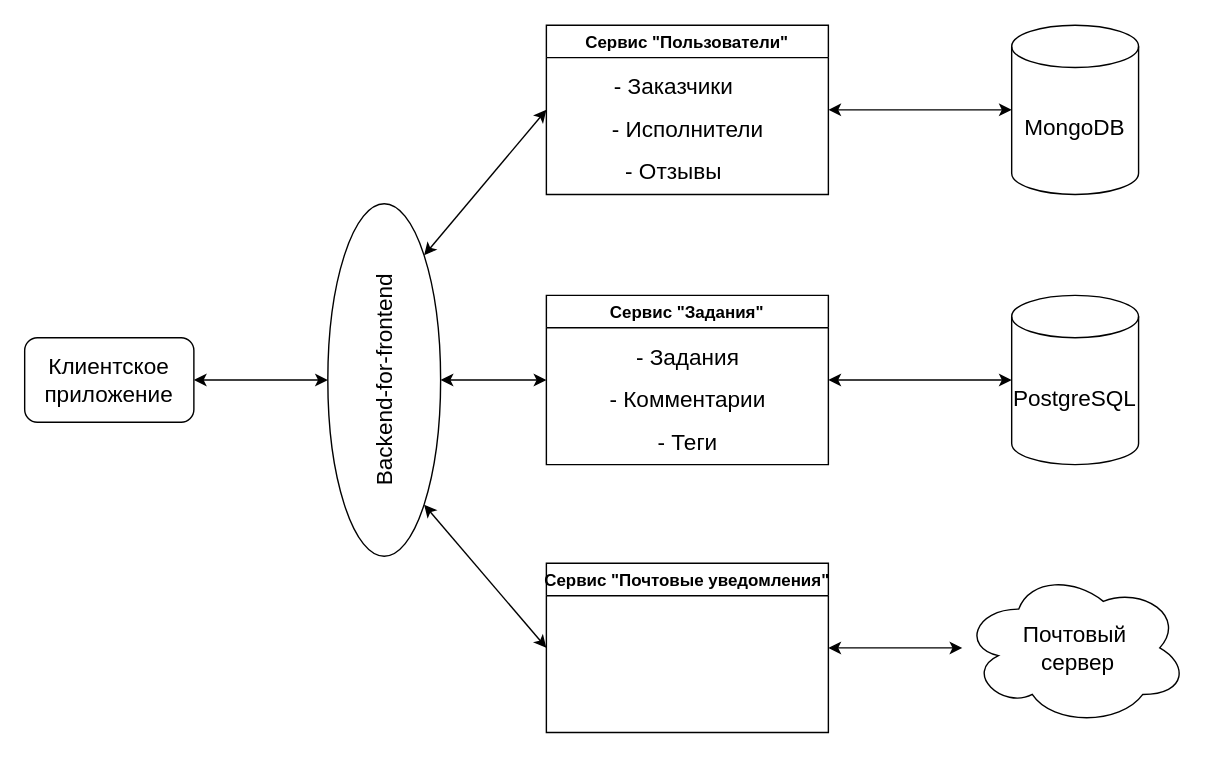
Earlier version of the draw.io diagram specification.drawio (SergeyZasimov/taskforce). Source tidied: cells renumbered, new cells numbered last; positions are measured from the earlier drawing's top-left corner, leaving out a move shared by most shapes. Both pictures are drawn from the tidied source at 141%, with x=0, y=0 at pixel (24, 24).
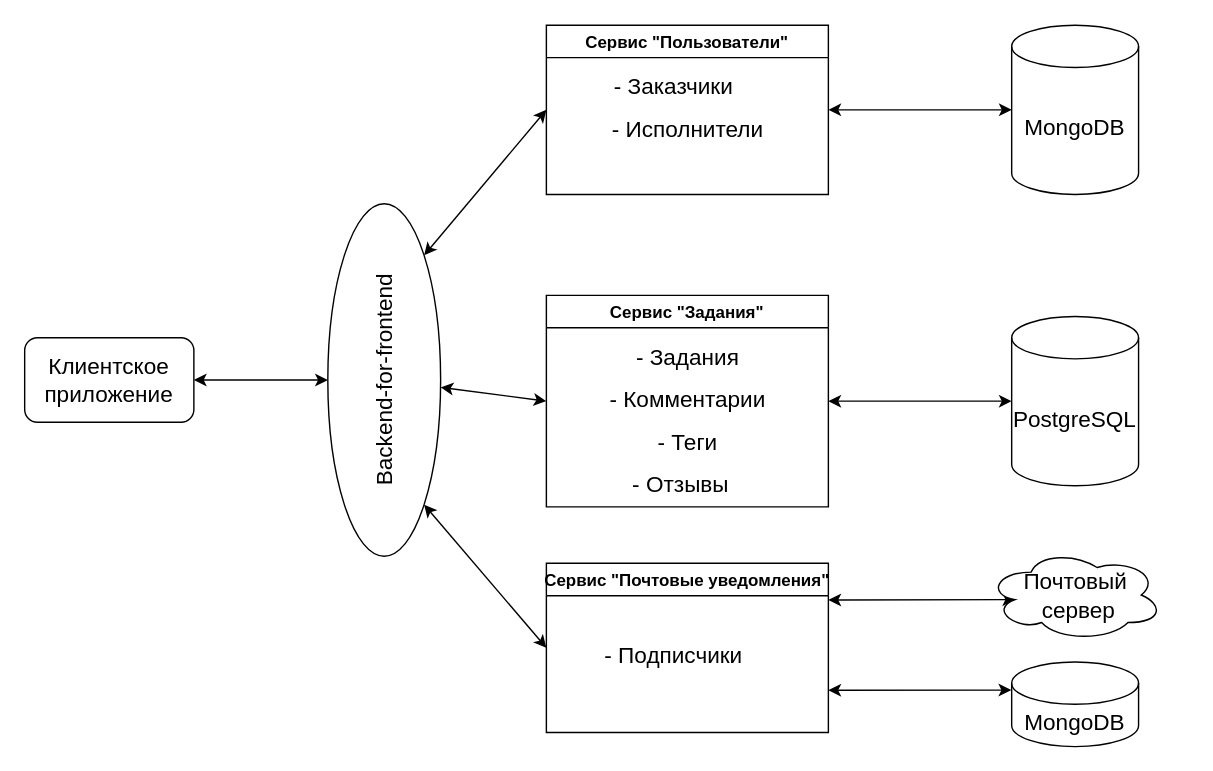
The same page after the edit.

Unchanged cells that the change refers to:
```xml
<mxCell id="6" value="Сервис &quot;Пользователи&quot;" style="swimlane;" parent="1" vertex="1">
  <mxGeometry x="370" y="0.4" width="200" height="120" as="geometry" />
</mxCell>
<mxCell id="16" value="Сервис &quot;Почтовые уведомления&quot;" style="swimlane;" parent="1" vertex="1">
  <mxGeometry x="370" y="382" width="200" height="120" as="geometry" />
</mxCell>
```

Change to the diagram source:
```diff
@@
-    <mxCell id="9" value="&lt;font style=&quot;font-size: 16px;&quot;&gt;- Отзывы&lt;/font&gt;" style="text;html=1;align=center;verticalAlign=middle;strokeColor=none;fillColor=none;" parent="6" vertex="1">
-      <mxGeometry x="45" y="89" width="90" height="30" as="geometry" />
-    </mxCell>
@@
     <mxCell id="11" value="Сервис &quot;Задания&quot;" style="swimlane;" parent="1" vertex="1">
-      <mxGeometry x="370" y="192" width="200" height="120" as="geometry" />
+      <mxGeometry x="370" y="192" width="200" height="150" as="geometry" />
     </mxCell>
@@
+    <mxCell id="9" value="&lt;font style=&quot;font-size: 16px;&quot;&gt;- Отзывы&lt;/font&gt;" style="text;html=1;align=center;verticalAlign=middle;strokeColor=none;fillColor=none;" parent="11" vertex="1">
+      <mxGeometry x="50" y="119" width="90" height="30" as="geometry" />
+    </mxCell>
-    <mxCell id="15" style="edgeStyle=orthogonalEdgeStyle;rounded=0;jettySize=auto;html=1;fontSize=16;startArrow=classic;startFill=1;" parent="1" edge="1" source="16" target="22">
-      <mxGeometry relative="1" as="geometry" />
+    <mxCell id="15" style="edgeStyle=orthogonalEdgeStyle;rounded=0;jettySize=auto;html=1;fontSize=16;startArrow=classic;startFill=1;entryX=0.16;entryY=0.55;entryDx=0;entryDy=0;entryPerimeter=0;" parent="1" edge="1" target="22">
+      <mxGeometry relative="1" as="geometry">
+        <mxPoint x="570" y="408" as="sourcePoint" />
+        <Array as="points">
+          <mxPoint x="570" y="408" />
+        </Array>
+      </mxGeometry>
     </mxCell>
+    <mxCell id="23" style="edgeStyle=none;html=1;exitX=1;exitY=0.75;exitDx=0;exitDy=0;entryX=-0.003;entryY=0.332;entryDx=0;entryDy=0;entryPerimeter=0;startArrow=classic;startFill=1;" parent="1" edge="1" source="16" target="25">
+      <mxGeometry relative="1" as="geometry" />
+    </mxCell>
@@
+    <mxCell id="24" value="&lt;span style=&quot;font-size: 16px&quot;&gt;- Подписчики&lt;/span&gt;" style="text;html=1;align=center;verticalAlign=middle;strokeColor=none;fillColor=none;" parent="16" vertex="1">
+      <mxGeometry x="35" y="55" width="110" height="20" as="geometry" />
+    </mxCell>
@@
     <mxCell id="18" value="&lt;font style=&quot;font-size: 16px&quot;&gt;PostgreSQL&lt;/font&gt;" style="shape=cylinder3;whiteSpace=wrap;html=1;boundedLbl=1;backgroundOutline=1;size=15;" parent="1" vertex="1">
-      <mxGeometry x="700" y="192" width="90" height="120" as="geometry" />
+      <mxGeometry x="700" y="207" width="90" height="120" as="geometry" />
     </mxCell>
@@
     <mxCell id="22" value="Почтовый&lt;br&gt;&amp;nbsp;сервер" style="ellipse;shape=cloud;whiteSpace=wrap;html=1;fontSize=16;" parent="1" vertex="1">
-      <mxGeometry x="665" y="387" width="160" height="110" as="geometry" />
+      <mxGeometry x="682.5" y="372" width="125" height="65" as="geometry" />
     </mxCell>
+    <mxCell id="25" value="&lt;span style=&quot;font-size: 16px&quot;&gt;MongoDB&lt;/span&gt;" style="shape=cylinder3;whiteSpace=wrap;html=1;boundedLbl=1;backgroundOutline=1;size=15;" parent="1" vertex="1">
+      <mxGeometry x="700" y="452" width="90" height="60" as="geometry" />
+    </mxCell>
```
